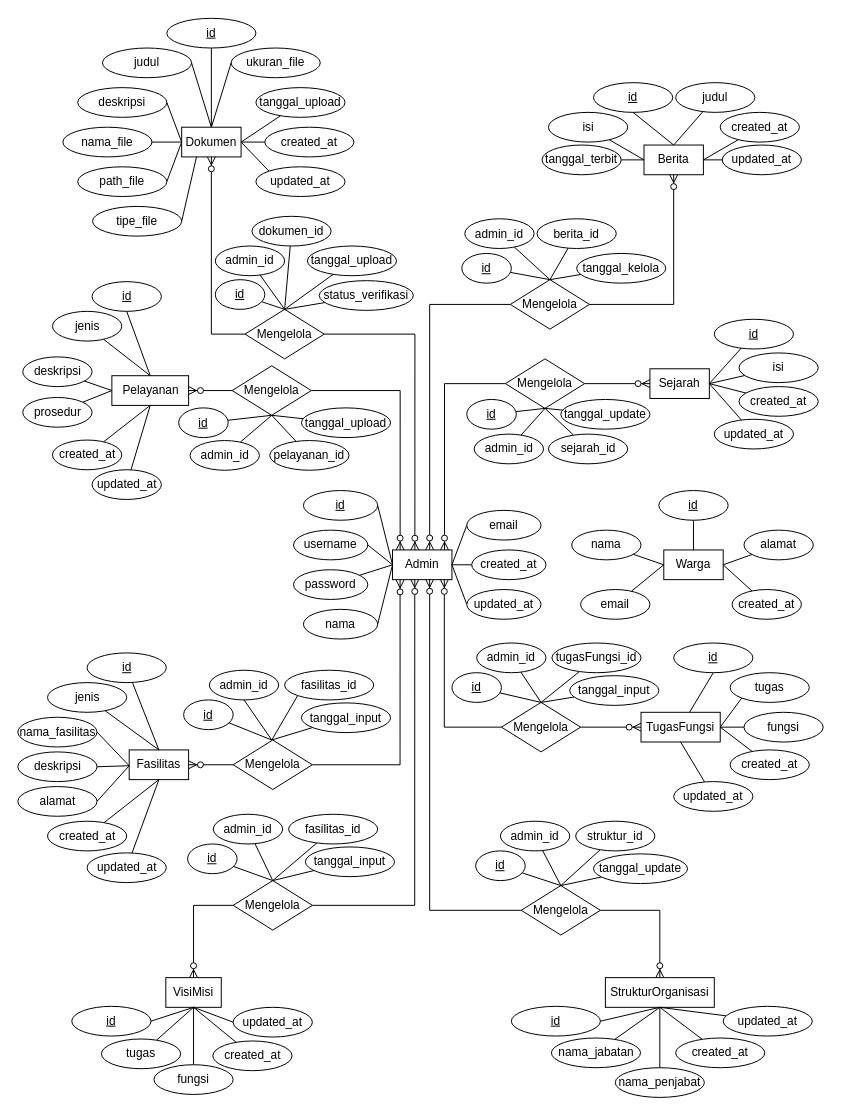
Above: docs/KP-ERD.drawio in SammEccent/Project-KP (draw.io), before the change. Source tidied: cells renumbered, new cells numbered last; positions are measured from the earlier drawing's top-left corner, leaving out a move shared by most shapes. Both pictures are drawn from the tidied source at 99%, with x=0, y=0 at pixel (18, 18).
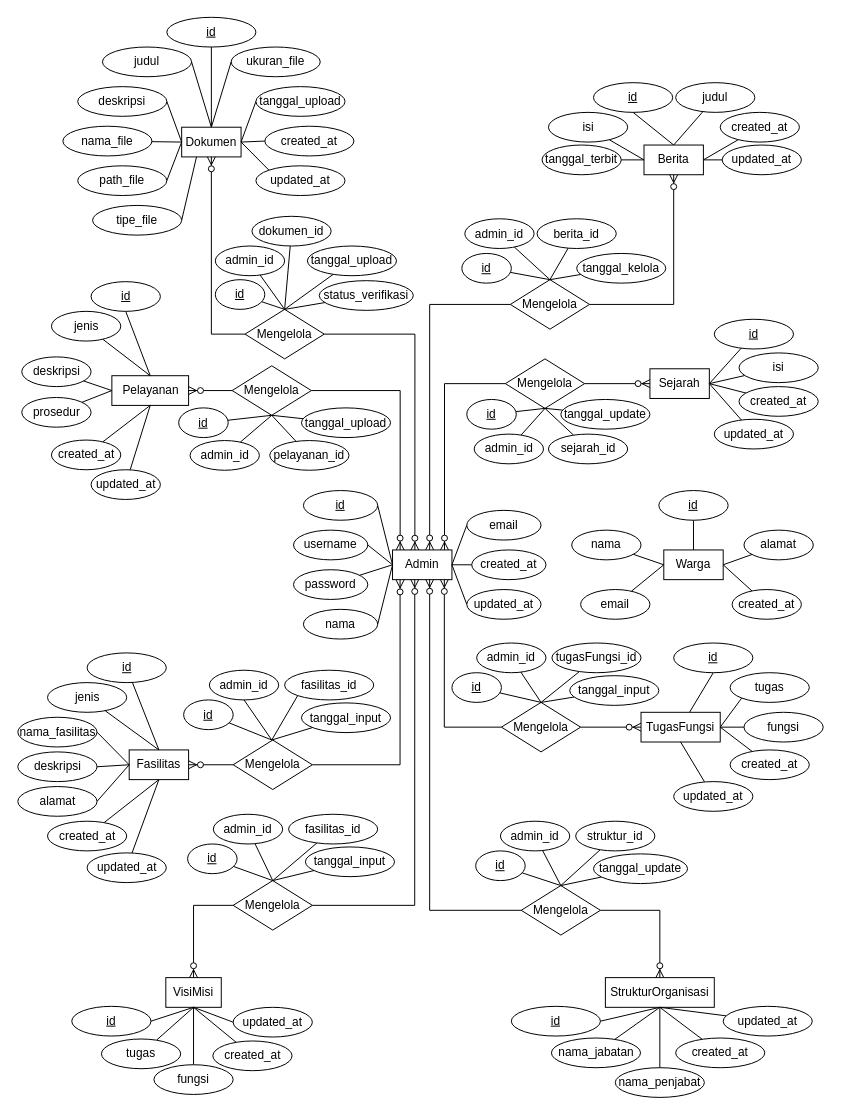
After the change.

Unchanged cells that the change refers to:
```xml
<mxCell id="7" value="Dokumen" style="html=1;dashed=0;whiteSpace=wrap;" parent="1" vertex="1">
  <mxGeometry x="165" y="110" width="60" height="30" as="geometry" />
</mxCell>
<mxCell id="12" value="Fasilitas" style="html=1;dashed=0;whiteSpace=wrap;" parent="1" vertex="1">
  <mxGeometry x="112" y="739" width="60" height="30" as="geometry" />
</mxCell>
<mxCell id="98" value="nama_fasilitas" style="ellipse;whiteSpace=wrap;html=1;align=center;" parent="1" vertex="1">
  <mxGeometry x="-0.5" y="706" width="80" height="30" as="geometry" />
</mxCell>
<mxCell id="102" value="alamat" style="ellipse;whiteSpace=wrap;html=1;align=center;" parent="1" vertex="1">
  <mxGeometry x="-0.5" y="776" width="80" height="30" as="geometry" />
</mxCell>
<mxCell id="104" value="deskripsi" style="ellipse;whiteSpace=wrap;html=1;align=center;" parent="1" vertex="1">
  <mxGeometry x="-0.5" y="741" width="80" height="30" as="geometry" />
</mxCell>
```

What changed in the source:
```diff
@@
     <mxCell id="27" value="id" style="ellipse;whiteSpace=wrap;html=1;align=center;fontStyle=4;" parent="1" vertex="1">
-      <mxGeometry x="150" width="90" height="30" as="geometry" />
+      <mxGeometry x="150" y="-1" width="90" height="30" as="geometry" />
     </mxCell>
     <mxCell id="28" value="judul" style="ellipse;whiteSpace=wrap;html=1;align=center;" parent="1" vertex="1">
-      <mxGeometry x="85" y="30" width="90" height="30" as="geometry" />
+      <mxGeometry x="85" y="29" width="90" height="30" as="geometry" />
     </mxCell>
@@
     <mxCell id="30" value="deskripsi" style="ellipse;whiteSpace=wrap;html=1;align=center;" parent="1" vertex="1">
-      <mxGeometry x="60" y="70" width="90" height="30" as="geometry" />
+      <mxGeometry x="60" y="69" width="90" height="30" as="geometry" />
     </mxCell>
@@
     <mxCell id="32" value="nama_file" style="ellipse;whiteSpace=wrap;html=1;align=center;" parent="1" vertex="1">
-      <mxGeometry x="45" y="110" width="90" height="30" as="geometry" />
+      <mxGeometry x="45" y="109" width="90" height="30" as="geometry" />
     </mxCell>
@@
     <mxCell id="34" value="path_file" style="ellipse;whiteSpace=wrap;html=1;align=center;" parent="1" vertex="1">
-      <mxGeometry x="60" y="150" width="90" height="30" as="geometry" />
+      <mxGeometry x="60" y="149" width="90" height="30" as="geometry" />
     </mxCell>
@@
     <mxCell id="36" value="tipe_file" style="ellipse;whiteSpace=wrap;html=1;align=center;" parent="1" vertex="1">
-      <mxGeometry x="75" y="190" width="90" height="30" as="geometry" />
+      <mxGeometry x="75" y="189" width="90" height="30" as="geometry" />
     </mxCell>
     <mxCell id="37" value="ukuran_file" style="ellipse;whiteSpace=wrap;html=1;align=center;" parent="1" vertex="1">
-      <mxGeometry x="215" y="30" width="90" height="30" as="geometry" />
+      <mxGeometry x="215" y="29" width="90" height="30" as="geometry" />
     </mxCell>
-    <mxCell id="38" style="rounded=0;jettySize=auto;html=1;entryX=1;entryY=0.5;entryDx=0;entryDy=0;endArrow=none;startFill=0;" parent="1" edge="1" source="39" target="7">
+    <mxCell id="38" style="rounded=0;jettySize=auto;html=1;entryX=1;entryY=0.5;entryDx=0;entryDy=0;endArrow=none;startFill=0;exitX=0;exitY=0.5;exitDx=0;exitDy=0;" parent="1" edge="1" source="39" target="7">
       <mxGeometry relative="1" as="geometry" />
     </mxCell>
     <mxCell id="39" value="tanggal_upload" style="ellipse;whiteSpace=wrap;html=1;align=center;" parent="1" vertex="1">
-      <mxGeometry x="240" y="70" width="90" height="30" as="geometry" />
+      <mxGeometry x="240" y="69" width="90" height="30" as="geometry" />
     </mxCell>
@@
     <mxCell id="41" value="created_at" style="ellipse;whiteSpace=wrap;html=1;align=center;" parent="1" vertex="1">
-      <mxGeometry x="249" y="110" width="90" height="30" as="geometry" />
+      <mxGeometry x="249" y="109" width="90" height="30" as="geometry" />
     </mxCell>
@@
     <mxCell id="43" value="updated_at" style="ellipse;whiteSpace=wrap;html=1;align=center;" parent="1" vertex="1">
-      <mxGeometry x="240" y="150" width="90" height="30" as="geometry" />
+      <mxGeometry x="240" y="149" width="90" height="30" as="geometry" />
     </mxCell>
@@
-    <mxCell id="97" style="rounded=0;jettySize=auto;html=1;entryX=0;entryY=0.5;entryDx=0;entryDy=0;endArrow=none;startFill=0;exitX=1;exitY=0.5;exitDx=0;exitDy=0;" parent="1" edge="1" source="98">
-      <mxGeometry relative="1" as="geometry">
-        <mxPoint x="112" y="755" as="targetPoint" />
-      </mxGeometry>
+    <mxCell id="97" style="rounded=0;jettySize=auto;html=1;entryX=0;entryY=0.5;entryDx=0;entryDy=0;endArrow=none;startFill=0;exitX=1;exitY=0.5;exitDx=0;exitDy=0;" parent="1" edge="1" source="98" target="12">
+      <mxGeometry relative="1" as="geometry" />
     </mxCell>
@@
-    <mxCell id="101" style="rounded=0;jettySize=auto;html=1;entryX=0;entryY=0.5;entryDx=0;entryDy=0;endArrow=none;startFill=0;exitX=1;exitY=0.5;exitDx=0;exitDy=0;" parent="1" edge="1" source="102">
-      <mxGeometry relative="1" as="geometry">
-        <mxPoint x="112" y="755" as="targetPoint" />
-      </mxGeometry>
+    <mxCell id="101" style="rounded=0;jettySize=auto;html=1;entryX=0;entryY=0.5;entryDx=0;entryDy=0;endArrow=none;startFill=0;exitX=1;exitY=0.5;exitDx=0;exitDy=0;" parent="1" edge="1" source="102" target="12">
+      <mxGeometry relative="1" as="geometry" />
     </mxCell>
@@
-    <mxCell id="103" style="rounded=0;jettySize=auto;html=1;entryX=0;entryY=0.5;entryDx=0;entryDy=0;endArrow=none;startFill=0;exitX=1;exitY=0.5;exitDx=0;exitDy=0;" parent="1" edge="1" source="104">
-      <mxGeometry relative="1" as="geometry">
-        <mxPoint x="112" y="755" as="targetPoint" />
-      </mxGeometry>
+    <mxCell id="103" style="rounded=0;jettySize=auto;html=1;entryX=0;entryY=0.5;entryDx=0;entryDy=0;endArrow=none;startFill=0;exitX=1;exitY=0.5;exitDx=0;exitDy=0;" parent="1" edge="1" source="104" target="12">
+      <mxGeometry relative="1" as="geometry" />
     </mxCell>
@@
     <mxCell id="111" value="id" style="ellipse;whiteSpace=wrap;html=1;align=center;fontStyle=4;" parent="1" vertex="1">
-      <mxGeometry x="74.5" y="266" width="70" height="30" as="geometry" />
+      <mxGeometry x="73.5" y="266" width="70" height="30" as="geometry" />
     </mxCell>
@@
     <mxCell id="113" value="jenis" style="ellipse;whiteSpace=wrap;html=1;align=center;" parent="1" vertex="1">
-      <mxGeometry x="34.5" y="296" width="70" height="30" as="geometry" />
+      <mxGeometry x="33.5" y="296" width="70" height="30" as="geometry" />
     </mxCell>
@@
     <mxCell id="115" value="deskripsi" style="ellipse;whiteSpace=wrap;html=1;align=center;" parent="1" vertex="1">
-      <mxGeometry x="4.5" y="342" width="70" height="30" as="geometry" />
+      <mxGeometry x="3.5" y="342" width="70" height="30" as="geometry" />
     </mxCell>
@@
     <mxCell id="117" value="prosedur" style="ellipse;whiteSpace=wrap;html=1;align=center;" parent="1" vertex="1">
-      <mxGeometry x="4.5" y="383" width="70" height="30" as="geometry" />
+      <mxGeometry x="3.5" y="383" width="70" height="30" as="geometry" />
     </mxCell>
@@
     <mxCell id="119" value="created_at" style="ellipse;whiteSpace=wrap;html=1;align=center;" parent="1" vertex="1">
-      <mxGeometry x="34.5" y="426" width="70" height="30" as="geometry" />
+      <mxGeometry x="33.5" y="426" width="70" height="30" as="geometry" />
     </mxCell>
@@
     <mxCell id="121" value="updated_at" style="ellipse;whiteSpace=wrap;html=1;align=center;" parent="1" vertex="1">
-      <mxGeometry x="74.5" y="456" width="70" height="30" as="geometry" />
+      <mxGeometry x="73.5" y="456" width="70" height="30" as="geometry" />
     </mxCell>
```
